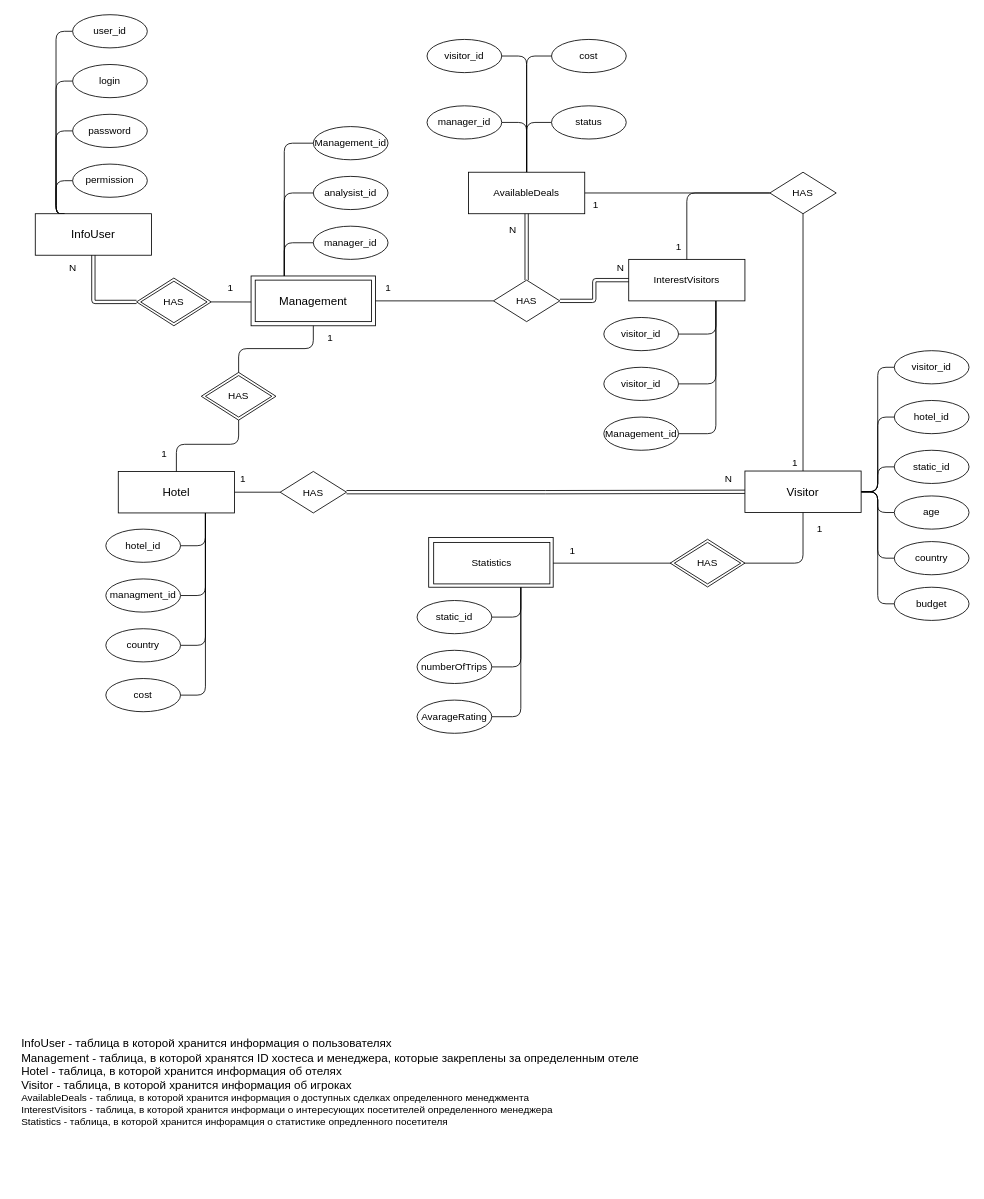
The draw.io diagram page "er" (1 of 9) of lab_01/docs/ppo.drawio in kpirap18/BMSTU-Software-Design-sem6, before the edit. Source tidied: cells renumbered, new cells numbered last; positions are measured from the earlier drawing's top-left corner, leaving out a move shared by most shapes. Both pictures are drawn from the tidied source at 83%, with x=0, y=0 at pixel (14, 14).
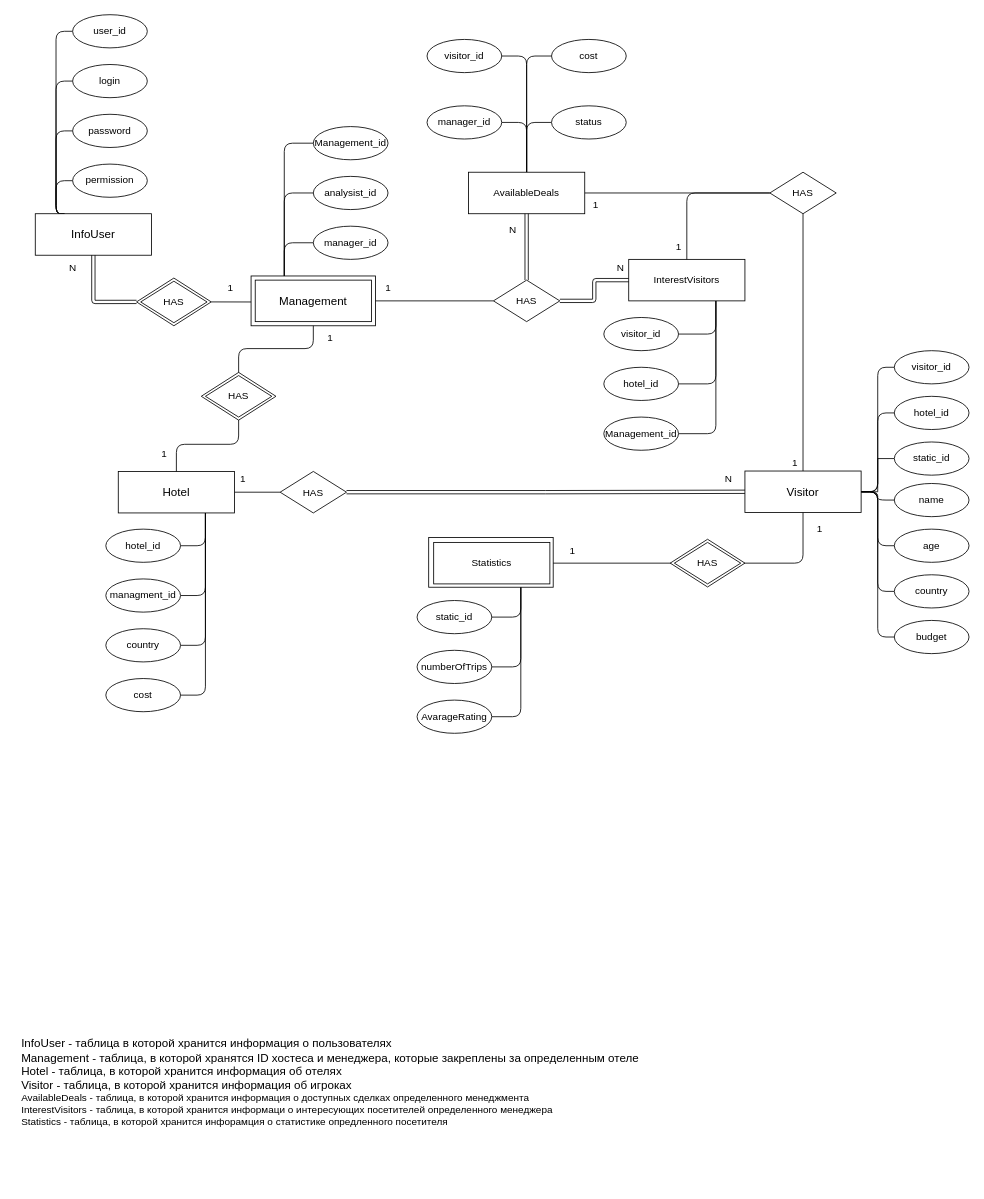
The same diagram, later.

The change refers to these unchanged cells:
```xml
<mxCell id="24" value="&lt;span style=&quot;font-size: 14px&quot;&gt;Visitor&lt;/span&gt;" style="whiteSpace=wrap;html=1;" parent="1" vertex="1">
  <mxGeometry x="880" y="550" width="140" height="50" as="geometry" />
</mxCell>
<mxCell id="69" value="HAS" style="rhombus;whiteSpace=wrap;html=1;" parent="1" vertex="1">
  <mxGeometry x="320" y="550.5" width="80" height="50" as="geometry" />
</mxCell>
```

What changed in the source:
```diff
@@
-    <mxCell id="52" value="&lt;font style=&quot;font-size: 12px&quot;&gt;visitor_id&lt;/font&gt;" style="ellipse;whiteSpace=wrap;html=1;" parent="1" vertex="1">
+    <mxCell id="52" value="&lt;font style=&quot;font-size: 12px&quot;&gt;hotel_id&lt;/font&gt;" style="ellipse;whiteSpace=wrap;html=1;" parent="1" vertex="1">
       <mxGeometry x="710" y="425" width="90" height="40" as="geometry" />
     </mxCell>
@@
     <mxCell id="62" value="&lt;font style=&quot;font-size: 12px&quot;&gt;hotel_id&lt;/font&gt;" style="ellipse;whiteSpace=wrap;html=1;" parent="1" vertex="1">
-      <mxGeometry x="1060" y="465" width="90" height="40" as="geometry" />
+      <mxGeometry x="1060" y="460" width="90" height="40" as="geometry" />
     </mxCell>
-    <mxCell id="63" value="&lt;font style=&quot;font-size: 12px&quot;&gt;static_id&lt;/font&gt;" style="ellipse;whiteSpace=wrap;html=1;" parent="1" vertex="1">
-      <mxGeometry x="1060" y="525" width="90" height="40" as="geometry" />
+    <mxCell id="63" value="name" style="ellipse;whiteSpace=wrap;html=1;" parent="1" vertex="1">
+      <mxGeometry x="1060" y="565" width="90" height="40" as="geometry" />
     </mxCell>
     <mxCell id="64" value="&lt;font style=&quot;font-size: 12px&quot;&gt;age&lt;/font&gt;" style="ellipse;whiteSpace=wrap;html=1;" parent="1" vertex="1">
-      <mxGeometry x="1060" y="580" width="90" height="40" as="geometry" />
+      <mxGeometry x="1060" y="620" width="90" height="40" as="geometry" />
     </mxCell>
     <mxCell id="65" value="&lt;font style=&quot;font-size: 12px&quot;&gt;country&lt;/font&gt;" style="ellipse;whiteSpace=wrap;html=1;" parent="1" vertex="1">
-      <mxGeometry x="1060" y="635" width="90" height="40" as="geometry" />
+      <mxGeometry x="1060" y="675" width="90" height="40" as="geometry" />
     </mxCell>
     <mxCell id="66" value="&lt;font style=&quot;font-size: 12px&quot;&gt;budget&lt;/font&gt;" style="ellipse;whiteSpace=wrap;html=1;" parent="1" vertex="1">
-      <mxGeometry x="1060" y="690" width="90" height="40" as="geometry" />
+      <mxGeometry x="1060" y="730" width="90" height="40" as="geometry" />
     </mxCell>
@@
     <mxCell id="68" style="edgeStyle=orthogonalEdgeStyle;shape=link;jettySize=auto;html=1;exitX=1;exitY=0.5;exitDx=0;exitDy=0;entryX=0;entryY=0.5;entryDx=0;entryDy=0;startArrow=none;startFill=0;endArrow=none;endFill=0;" parent="1" edge="1" source="69" target="24">
-      <mxGeometry relative="1" as="geometry" />
+      <mxGeometry relative="1" as="geometry">
+        <Array as="points">
+          <mxPoint x="640" y="576" />
+        </Array>
+      </mxGeometry>
     </mxCell>
@@
+    <mxCell id="108" style="edgeStyle=orthogonalEdgeStyle;rounded=0;jettySize=auto;html=1;exitX=0;exitY=0.5;exitDx=0;exitDy=0;entryX=1;entryY=0.5;entryDx=0;entryDy=0;startArrow=none;startFill=0;endArrow=none;endFill=0;" parent="1" edge="1" source="109" target="24">
+      <mxGeometry relative="1" as="geometry" />
+    </mxCell>
+    <mxCell id="109" value="static_id" style="ellipse;whiteSpace=wrap;html=1;" parent="1" vertex="1">
+      <mxGeometry x="1060" y="515" width="90" height="40" as="geometry" />
+    </mxCell>
```
